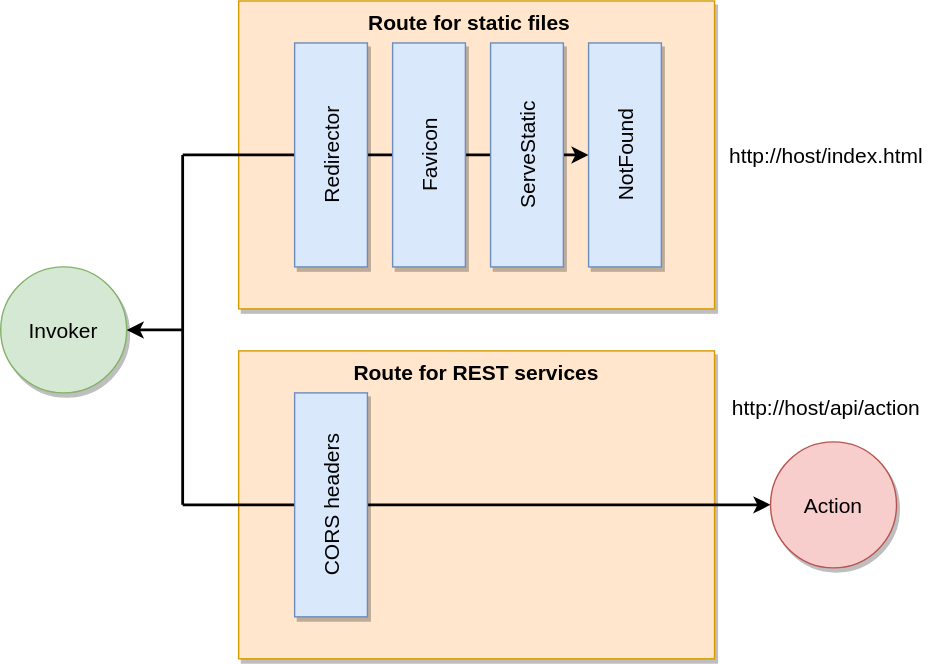
This is src/.vuepress/public/web-routes.svg from icebob/moleculer-java-site, a draw.io export, as it was before one commit. Source tidied: cells renumbered, new cells last; positions are measured from the earlier drawing's top-left corner, leaving out a move shared by most shapes. Its diagram source:
```xml
<mxGraphModel>
  <root>
    <mxCell id="0" />
    <mxCell id="1" parent="0" />
    <mxCell id="2" style="rounded=0;whiteSpace=wrap;html=1;shadow=1;fontSize=15;fillColor=#ffe6cc;strokeColor=#d79b00;" parent="1" vertex="1">
      <mxGeometry x="170" width="340" height="220" as="geometry" />
    </mxCell>
    <mxCell id="3" style="endArrow=classic;html=1;strokeWidth=2;fontSize=15;entryX=0;entryY=0.5;entryDx=0;entryDy=0;" parent="1" edge="1" target="6">
      <mxGeometry relative="1" as="geometry">
        <mxPoint x="130" y="110" as="sourcePoint" />
      </mxGeometry>
    </mxCell>
    <mxCell id="4" style="rounded=0;whiteSpace=wrap;html=1;shadow=1;fontSize=15;fillColor=#ffe6cc;strokeColor=#d79b00;" parent="1" vertex="1">
      <mxGeometry x="170" y="250" width="340" height="220" as="geometry" />
    </mxCell>
    <mxCell id="5" style="endArrow=classic;html=1;strokeWidth=2;fontSize=15;entryX=0;entryY=0.5;entryDx=0;entryDy=0;" parent="1" edge="1" target="7">
      <mxGeometry relative="1" as="geometry">
        <mxPoint x="130" y="360" as="sourcePoint" />
      </mxGeometry>
    </mxCell>
    <mxCell id="6" value="NotFound " style="rounded=0;whiteSpace=wrap;html=1;shadow=1;fontSize=15;verticalAlign=middle;horizontal=0;fillColor=#dae8fc;strokeColor=#6c8ebf;" parent="1" vertex="1">
      <mxGeometry x="420" y="30" width="52" height="160" as="geometry" />
    </mxCell>
    <mxCell id="7" value="Action" style="ellipse;whiteSpace=wrap;html=1;rounded=1;shadow=1;fontSize=15;fillColor=#f8cecc;strokeColor=#b85450;" parent="1" vertex="1">
      <mxGeometry x="550" y="315" width="90" height="90" as="geometry" />
    </mxCell>
    <mxCell id="8" value="ServeStatic" style="rounded=0;whiteSpace=wrap;html=1;shadow=1;fontSize=15;verticalAlign=middle;horizontal=0;fillColor=#dae8fc;strokeColor=#6c8ebf;" parent="1" vertex="1">
      <mxGeometry x="350" y="30" width="52" height="160" as="geometry" />
    </mxCell>
    <mxCell id="9" value="Favicon" style="rounded=0;whiteSpace=wrap;html=1;shadow=1;fontSize=15;verticalAlign=middle;horizontal=0;fillColor=#dae8fc;strokeColor=#6c8ebf;" parent="1" vertex="1">
      <mxGeometry x="280" y="30" width="52" height="160" as="geometry" />
    </mxCell>
    <mxCell id="10" value="Redirector" style="rounded=0;whiteSpace=wrap;html=1;shadow=1;fontSize=15;verticalAlign=middle;horizontal=0;fillColor=#dae8fc;strokeColor=#6c8ebf;" parent="1" vertex="1">
      <mxGeometry x="210" y="30" width="52" height="160" as="geometry" />
    </mxCell>
    <mxCell id="11" value="Invoker" style="ellipse;whiteSpace=wrap;html=1;rounded=1;shadow=1;fontSize=15;fillColor=#d5e8d4;strokeColor=#82b366;" parent="1" vertex="1">
      <mxGeometry y="190" width="90" height="90" as="geometry" />
    </mxCell>
    <mxCell id="12" value="Route for static files" style="text;html=1;strokeColor=none;fillColor=none;align=center;verticalAlign=middle;whiteSpace=wrap;rounded=0;shadow=1;fontSize=15;fontStyle=1;" parent="1" vertex="1">
      <mxGeometry x="170" width="330" height="30" as="geometry" />
    </mxCell>
    <mxCell id="13" value="Route for REST services" style="text;html=1;strokeColor=none;fillColor=none;align=center;verticalAlign=middle;whiteSpace=wrap;rounded=0;shadow=1;fontSize=15;fontStyle=1;" parent="1" vertex="1">
      <mxGeometry x="175" y="250" width="330" height="30" as="geometry" />
    </mxCell>
    <mxCell id="14" value="CORS headers" style="rounded=0;whiteSpace=wrap;html=1;shadow=1;fontSize=15;verticalAlign=middle;horizontal=0;fillColor=#dae8fc;strokeColor=#6c8ebf;" parent="1" vertex="1">
      <mxGeometry x="210" y="280" width="52" height="160" as="geometry" />
    </mxCell>
    <mxCell id="15" style="endArrow=none;html=1;strokeWidth=2;fontSize=15;" parent="1" edge="1">
      <mxGeometry relative="1" as="geometry">
        <mxPoint x="130" y="360" as="sourcePoint" />
        <mxPoint x="130" y="110" as="targetPoint" />
      </mxGeometry>
    </mxCell>
    <mxCell id="16" style="endArrow=classic;html=1;strokeWidth=2;fontSize=15;entryX=1;entryY=0.5;entryDx=0;entryDy=0;" parent="1" edge="1" target="11">
      <mxGeometry relative="1" as="geometry">
        <mxPoint x="130" y="235" as="sourcePoint" />
      </mxGeometry>
    </mxCell>
    <mxCell id="17" value="http://host/api/action" style="text;html=1;strokeColor=none;fillColor=none;align=center;verticalAlign=middle;whiteSpace=wrap;rounded=0;shadow=1;fontSize=15;" parent="1" vertex="1">
      <mxGeometry x="510" y="280" width="160" height="20" as="geometry" />
    </mxCell>
    <mxCell id="18" value="http://host/index.html" style="text;html=1;strokeColor=none;fillColor=none;align=center;verticalAlign=middle;whiteSpace=wrap;rounded=0;shadow=1;fontSize=15;" parent="1" vertex="1">
      <mxGeometry x="510" y="100" width="160" height="20" as="geometry" />
    </mxCell>
  </root>
</mxGraphModel>
```
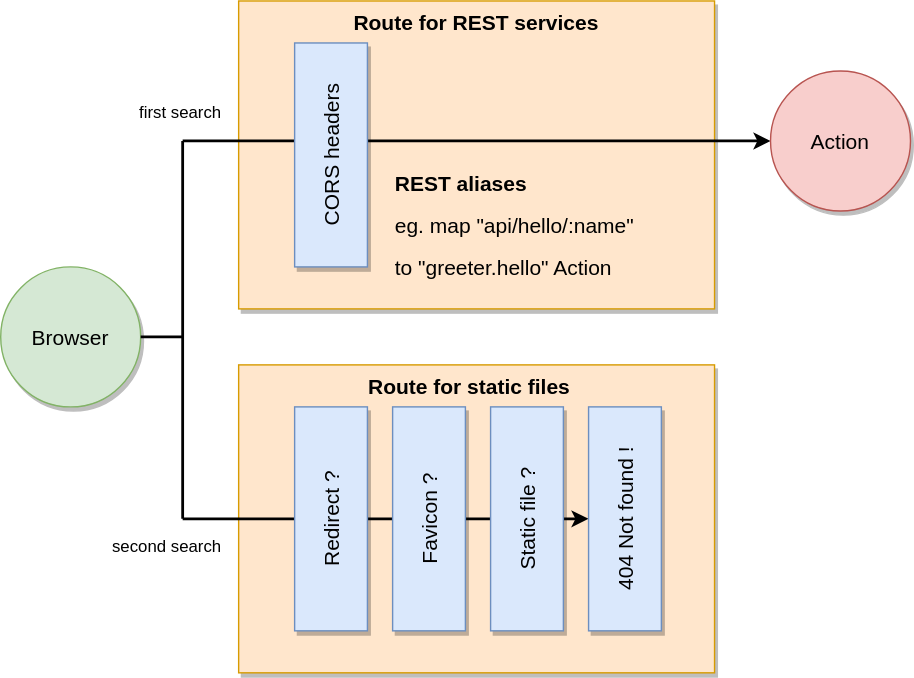
The same file after the commit.

Diff of the diagram source:
```diff
@@ -3,64 +3,73 @@
     <mxCell id="0" />
     <mxCell id="1" parent="0" />
     <mxCell id="2" style="rounded=0;whiteSpace=wrap;html=1;shadow=1;fontSize=15;fillColor=#ffe6cc;strokeColor=#d79b00;" parent="1" vertex="1">
-      <mxGeometry x="170" width="340" height="220" as="geometry" />
+      <mxGeometry x="170" y="260" width="340" height="220" as="geometry" />
     </mxCell>
     <mxCell id="3" style="endArrow=classic;html=1;strokeWidth=2;fontSize=15;entryX=0;entryY=0.5;entryDx=0;entryDy=0;" parent="1" edge="1" target="6">
       <mxGeometry relative="1" as="geometry">
-        <mxPoint x="130" y="110" as="sourcePoint" />
+        <mxPoint x="130" y="370" as="sourcePoint" />
       </mxGeometry>
     </mxCell>
     <mxCell id="4" style="rounded=0;whiteSpace=wrap;html=1;shadow=1;fontSize=15;fillColor=#ffe6cc;strokeColor=#d79b00;" parent="1" vertex="1">
-      <mxGeometry x="170" y="250" width="340" height="220" as="geometry" />
+      <mxGeometry x="170" width="340" height="220" as="geometry" />
     </mxCell>
     <mxCell id="5" style="endArrow=classic;html=1;strokeWidth=2;fontSize=15;entryX=0;entryY=0.5;entryDx=0;entryDy=0;" parent="1" edge="1" target="7">
       <mxGeometry relative="1" as="geometry">
-        <mxPoint x="130" y="360" as="sourcePoint" />
+        <mxPoint x="130" y="100" as="sourcePoint" />
       </mxGeometry>
     </mxCell>
-    <mxCell id="6" value="NotFound " style="rounded=0;whiteSpace=wrap;html=1;shadow=1;fontSize=15;verticalAlign=middle;horizontal=0;fillColor=#dae8fc;strokeColor=#6c8ebf;" parent="1" vertex="1">
-      <mxGeometry x="420" y="30" width="52" height="160" as="geometry" />
+    <mxCell id="6" value="404 Not found ! " style="rounded=0;whiteSpace=wrap;html=1;shadow=1;fontSize=15;verticalAlign=middle;horizontal=0;fillColor=#dae8fc;strokeColor=#6c8ebf;" parent="1" vertex="1">
+      <mxGeometry x="420" y="290" width="52" height="160" as="geometry" />
     </mxCell>
     <mxCell id="7" value="Action" style="ellipse;whiteSpace=wrap;html=1;rounded=1;shadow=1;fontSize=15;fillColor=#f8cecc;strokeColor=#b85450;" parent="1" vertex="1">
-      <mxGeometry x="550" y="315" width="90" height="90" as="geometry" />
+      <mxGeometry x="550" y="50" width="100" height="100" as="geometry" />
     </mxCell>
-    <mxCell id="8" value="ServeStatic" style="rounded=0;whiteSpace=wrap;html=1;shadow=1;fontSize=15;verticalAlign=middle;horizontal=0;fillColor=#dae8fc;strokeColor=#6c8ebf;" parent="1" vertex="1">
-      <mxGeometry x="350" y="30" width="52" height="160" as="geometry" />
+    <mxCell id="8" value="Static file ?" style="rounded=0;whiteSpace=wrap;html=1;shadow=1;fontSize=15;verticalAlign=middle;horizontal=0;fillColor=#dae8fc;strokeColor=#6c8ebf;" parent="1" vertex="1">
+      <mxGeometry x="350" y="290" width="52" height="160" as="geometry" />
     </mxCell>
-    <mxCell id="9" value="Favicon" style="rounded=0;whiteSpace=wrap;html=1;shadow=1;fontSize=15;verticalAlign=middle;horizontal=0;fillColor=#dae8fc;strokeColor=#6c8ebf;" parent="1" vertex="1">
-      <mxGeometry x="280" y="30" width="52" height="160" as="geometry" />
+    <mxCell id="9" value="Favicon ?" style="rounded=0;whiteSpace=wrap;html=1;shadow=1;fontSize=15;verticalAlign=middle;horizontal=0;fillColor=#dae8fc;strokeColor=#6c8ebf;" parent="1" vertex="1">
+      <mxGeometry x="280" y="290" width="52" height="160" as="geometry" />
     </mxCell>
-    <mxCell id="10" value="Redirector" style="rounded=0;whiteSpace=wrap;html=1;shadow=1;fontSize=15;verticalAlign=middle;horizontal=0;fillColor=#dae8fc;strokeColor=#6c8ebf;" parent="1" vertex="1">
-      <mxGeometry x="210" y="30" width="52" height="160" as="geometry" />
+    <mxCell id="10" value="Redirect ?" style="rounded=0;whiteSpace=wrap;html=1;shadow=1;fontSize=15;verticalAlign=middle;horizontal=0;fillColor=#dae8fc;strokeColor=#6c8ebf;" parent="1" vertex="1">
+      <mxGeometry x="210" y="290" width="52" height="160" as="geometry" />
     </mxCell>
-    <mxCell id="11" value="Invoker" style="ellipse;whiteSpace=wrap;html=1;rounded=1;shadow=1;fontSize=15;fillColor=#d5e8d4;strokeColor=#82b366;" parent="1" vertex="1">
-      <mxGeometry y="190" width="90" height="90" as="geometry" />
+    <mxCell id="11" value="Browser" style="ellipse;whiteSpace=wrap;html=1;rounded=1;shadow=1;fontSize=15;fillColor=#d5e8d4;strokeColor=#82b366;" parent="1" vertex="1">
+      <mxGeometry y="190" width="100" height="100" as="geometry" />
     </mxCell>
     <mxCell id="12" value="Route for static files" style="text;html=1;strokeColor=none;fillColor=none;align=center;verticalAlign=middle;whiteSpace=wrap;rounded=0;shadow=1;fontSize=15;fontStyle=1;" parent="1" vertex="1">
-      <mxGeometry x="170" width="330" height="30" as="geometry" />
+      <mxGeometry x="170" y="260" width="330" height="30" as="geometry" />
     </mxCell>
     <mxCell id="13" value="Route for REST services" style="text;html=1;strokeColor=none;fillColor=none;align=center;verticalAlign=middle;whiteSpace=wrap;rounded=0;shadow=1;fontSize=15;fontStyle=1;" parent="1" vertex="1">
-      <mxGeometry x="175" y="250" width="330" height="30" as="geometry" />
+      <mxGeometry x="175" width="330" height="30" as="geometry" />
     </mxCell>
     <mxCell id="14" value="CORS headers" style="rounded=0;whiteSpace=wrap;html=1;shadow=1;fontSize=15;verticalAlign=middle;horizontal=0;fillColor=#dae8fc;strokeColor=#6c8ebf;" parent="1" vertex="1">
-      <mxGeometry x="210" y="280" width="52" height="160" as="geometry" />
+      <mxGeometry x="210" y="30" width="52" height="160" as="geometry" />
     </mxCell>
     <mxCell id="15" style="endArrow=none;html=1;strokeWidth=2;fontSize=15;" parent="1" edge="1">
       <mxGeometry relative="1" as="geometry">
-        <mxPoint x="130" y="360" as="sourcePoint" />
-        <mxPoint x="130" y="110" as="targetPoint" />
+        <mxPoint x="130" y="370" as="sourcePoint" />
+        <mxPoint x="130" y="100" as="targetPoint" />
       </mxGeometry>
     </mxCell>
-    <mxCell id="16" style="endArrow=classic;html=1;strokeWidth=2;fontSize=15;entryX=1;entryY=0.5;entryDx=0;entryDy=0;" parent="1" edge="1" target="11">
+    <mxCell id="16" style="endArrow=none;html=1;strokeWidth=2;fontSize=15;entryX=1;entryY=0.5;entryDx=0;entryDy=0;endFill=0;" parent="1" edge="1" target="11">
       <mxGeometry relative="1" as="geometry">
-        <mxPoint x="130" y="235" as="sourcePoint" />
+        <mxPoint x="130" y="240" as="sourcePoint" />
       </mxGeometry>
     </mxCell>
-    <mxCell id="17" value="http://host/api/action" style="text;html=1;strokeColor=none;fillColor=none;align=center;verticalAlign=middle;whiteSpace=wrap;rounded=0;shadow=1;fontSize=15;" parent="1" vertex="1">
-      <mxGeometry x="510" y="280" width="160" height="20" as="geometry" />
+    <mxCell id="17" value="&lt;div&gt;REST aliases&lt;/div&gt;" style="text;html=1;strokeColor=none;fillColor=none;align=left;verticalAlign=middle;whiteSpace=wrap;rounded=0;shadow=1;fontSize=15;fontStyle=1;" parent="1" vertex="1">
+      <mxGeometry x="280" y="120" width="190" height="20" as="geometry" />
     </mxCell>
-    <mxCell id="18" value="http://host/index.html" style="text;html=1;strokeColor=none;fillColor=none;align=center;verticalAlign=middle;whiteSpace=wrap;rounded=0;shadow=1;fontSize=15;" parent="1" vertex="1">
-      <mxGeometry x="510" y="100" width="160" height="20" as="geometry" />
-    </mxCell>
+    <mxCell id="19" value="eg. map &quot;api/hello/:name&quot;" style="text;html=1;strokeColor=none;fillColor=none;align=left;verticalAlign=middle;whiteSpace=wrap;rounded=0;shadow=1;fontSize=15;" parent="1" vertex="1">
+      <mxGeometry x="280" y="150" width="220" height="20" as="geometry" />
+    </mxCell>
+    <mxCell id="20" value="to &quot;greeter.hello&quot; Action" style="text;html=1;strokeColor=none;fillColor=none;align=left;verticalAlign=middle;whiteSpace=wrap;rounded=0;shadow=1;fontSize=15;" parent="1" vertex="1">
+      <mxGeometry x="280" y="180" width="220" height="20" as="geometry" />
+    </mxCell>
+    <mxCell id="21" value="&lt;span class=&quot;tlid-translation translation&quot; lang=&quot;en&quot;&gt;&lt;span title=&quot;&quot; class=&quot;&quot;&gt;second search&lt;/span&gt;&lt;/span&gt;" style="text;html=1;strokeColor=none;fillColor=none;align=right;verticalAlign=middle;whiteSpace=wrap;rounded=0;fontSize=12;" parent="1" vertex="1">
+      <mxGeometry x="40" y="380" width="120" height="20" as="geometry" />
+    </mxCell>
+    <mxCell id="22" value="&lt;span class=&quot;tlid-translation translation&quot; lang=&quot;en&quot;&gt;&lt;span title=&quot;&quot; class=&quot;&quot;&gt;first search&lt;/span&gt;&lt;/span&gt;" style="text;html=1;strokeColor=none;fillColor=none;align=right;verticalAlign=middle;whiteSpace=wrap;rounded=0;fontSize=12;" parent="1" vertex="1">
+      <mxGeometry x="40" y="70" width="120" height="20" as="geometry" />
+    </mxCell>
   </root>
 </mxGraphModel>
```
